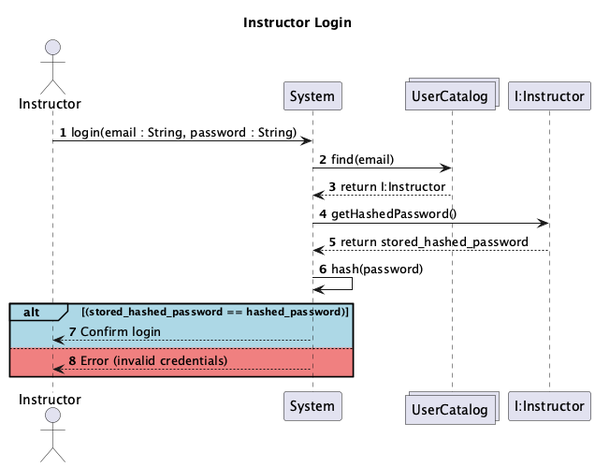
This is System-Diagrams/UML Interaction/Instructor/Instructor-Interactions_001.png from vibqetowi/soen-342-project, a PlantUML export, as it was before one commit.
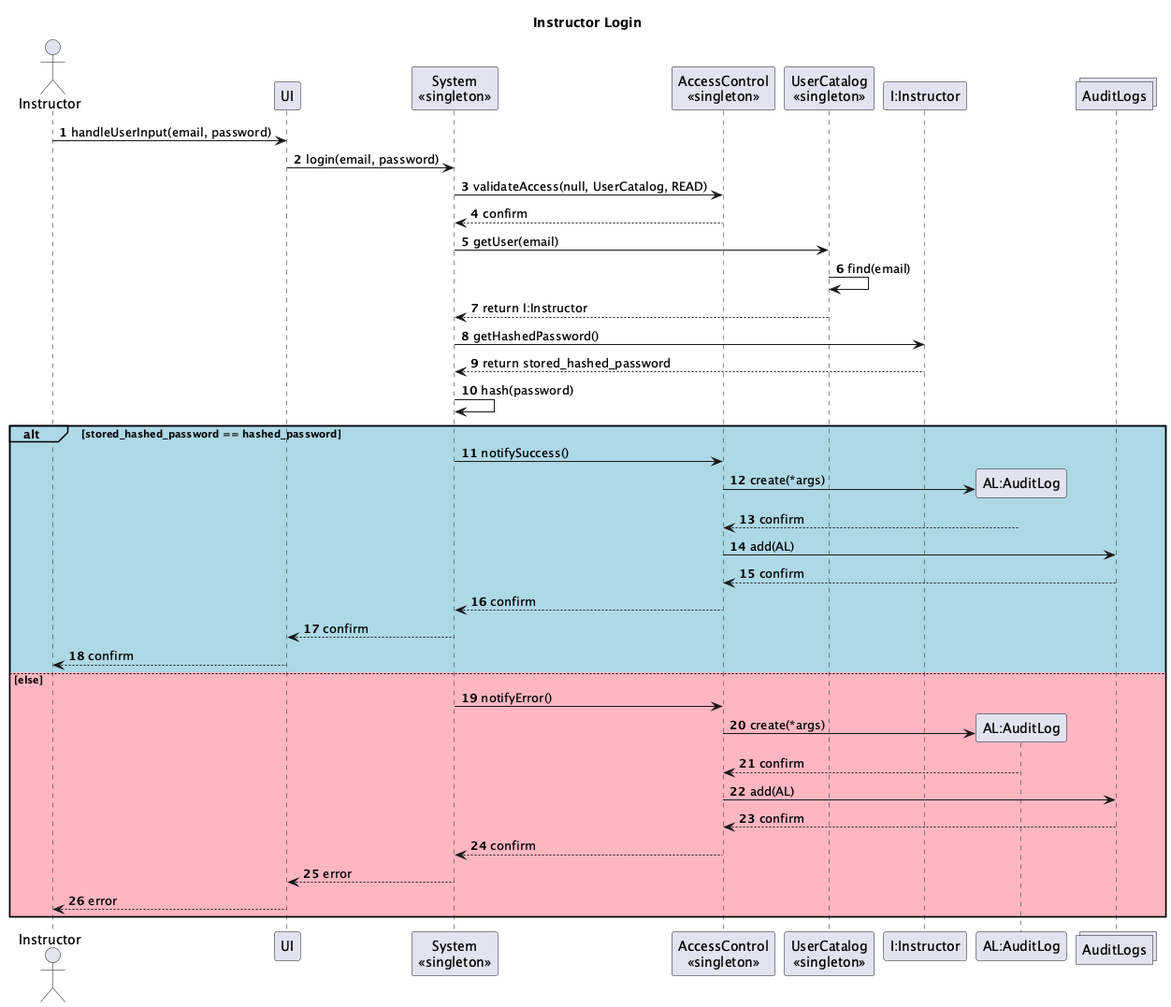
Later version of the same file.

Diff of the diagram source:
```diff
@@ -1,24 +1,48 @@
 @startuml
 actor Instructor
-participant System
-collections UserCatalog
-participant "I:Instructor"
+participant UI
+participant "System\n<<singleton>>" as System
+participant "AccessControl\n<<singleton>>" as AccessControl
+participant "UserCatalog\n<<singleton>>" as UserCatalog
+participant "I:Instructor" as User
+participant "AL:AuditLog" as AuditLog
+collections AuditLogs
 
 title Instructor Login
 
 autonumber
 
-Instructor -> System : login(email : String, password : String)
-System -> UserCatalog : find(email)
-UserCatalog --> System : return I:Instructor
+Instructor -> UI: handleUserInput(email, password)
+UI -> System: login(email, password)
 
-System -> "I:Instructor" : getHashedPassword()
-"I:Instructor" --> System : return stored_hashed_password
-System -> System : hash(password)
+System -> AccessControl: validateAccess(null, UserCatalog, READ)
+AccessControl --> System: confirm
 
-alt#LightBlue #LightBlue (stored_hashed_password == hashed_password)
-    System --> Instructor : Confirm login
-else #LightCoral
-    System --> Instructor : Error (invalid credentials)
+System -> UserCatalog: getUser(email)
+UserCatalog -> UserCatalog: find(email)
+UserCatalog --> System: return I:Instructor
+
+System -> User: getHashedPassword()
+User --> System: return stored_hashed_password
+System -> System: hash(password)
+
+alt#LightBlue #LightBlue stored_hashed_password == hashed_password
+    System -> AccessControl: notifySuccess()
+    AccessControl -> AuditLog **: create(*args)
+    AuditLog --> AccessControl: confirm
+    AccessControl -> AuditLogs: add(AL)
+    AuditLogs --> AccessControl: confirm
+    AccessControl --> System: confirm
+    System --> UI: confirm
+    UI --> Instructor: confirm
+else #LightPink else
+    System -> AccessControl: notifyError()
+    AccessControl -> AuditLog **: create(*args)
+    AuditLog --> AccessControl: confirm
+    AccessControl -> AuditLogs: add(AL)
+    AuditLogs --> AccessControl: confirm
+    AccessControl --> System: confirm
+    System --> UI: error
+    UI --> Instructor: error
 end
 @enduml
```
